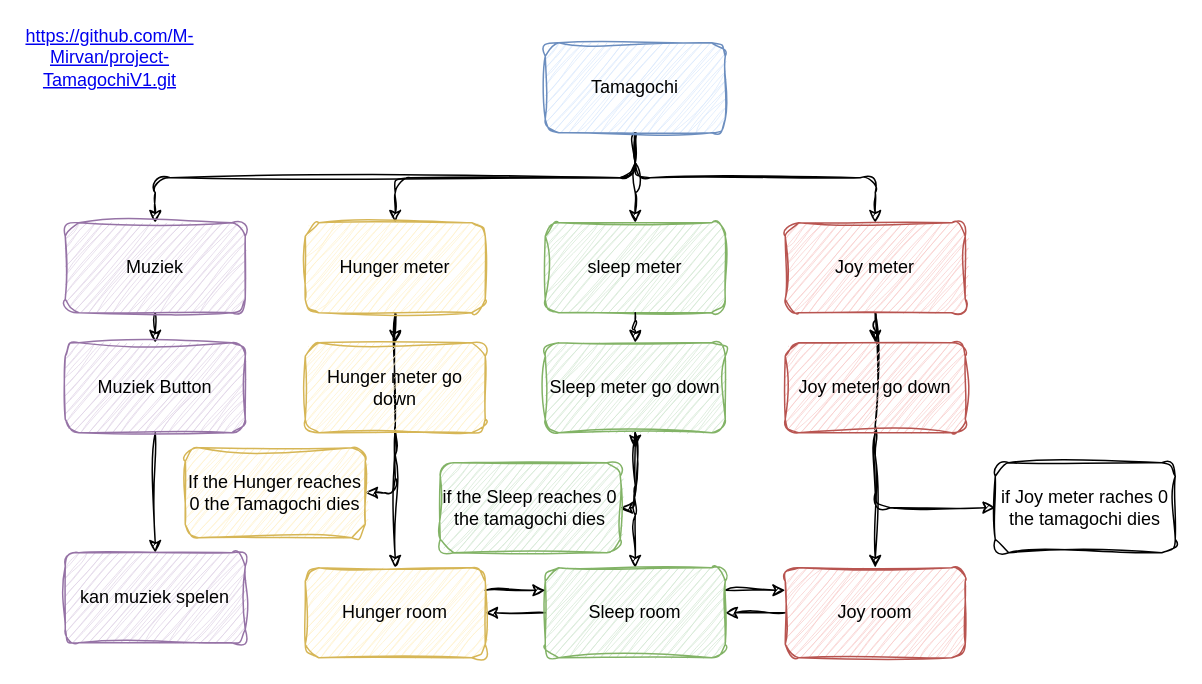
M-Mirvan/project-TamagochiV1 keeps this draw.io diagram as wireframe/Tamagochi.dio. Above is the earlier version. Source tidied: cells renumbered, new cells numbered last; positions are measured from the earlier drawing's top-left corner, leaving out a move shared by most shapes. Both pictures are drawn from the tidied source at 150%, with x=0, y=0 at pixel (64, 27).
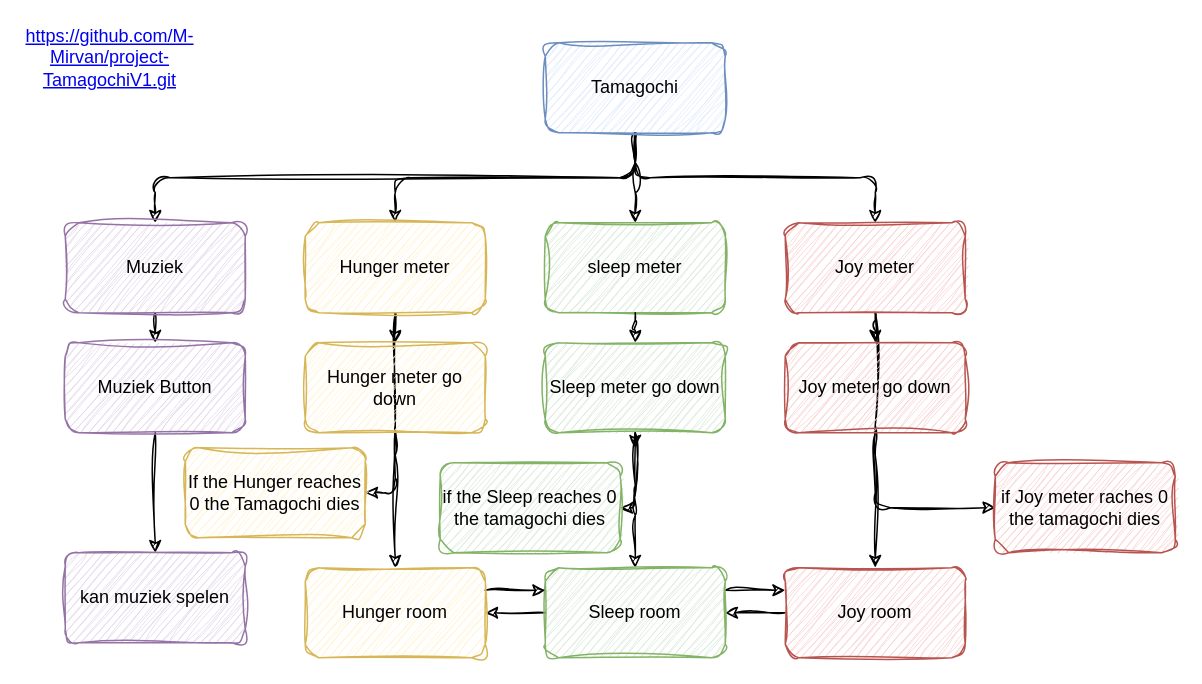
The same diagram, later.

The edit, as a diff of the source:
```diff
@@
-    <mxCell id="30" value="if Joy meter raches 0 the tamagochi dies" style="whiteSpace=wrap;html=1;rounded=1;sketch=1;curveFitting=1;jiggle=2;" parent="1" vertex="1">
+    <mxCell id="30" value="if Joy meter raches 0 the tamagochi dies" style="whiteSpace=wrap;html=1;rounded=1;sketch=1;curveFitting=1;jiggle=2;fillColor=#f8cecc;strokeColor=#b85450;" parent="1" vertex="1">
       <mxGeometry x="620" y="290" width="120" height="60" as="geometry" />
     </mxCell>
```
